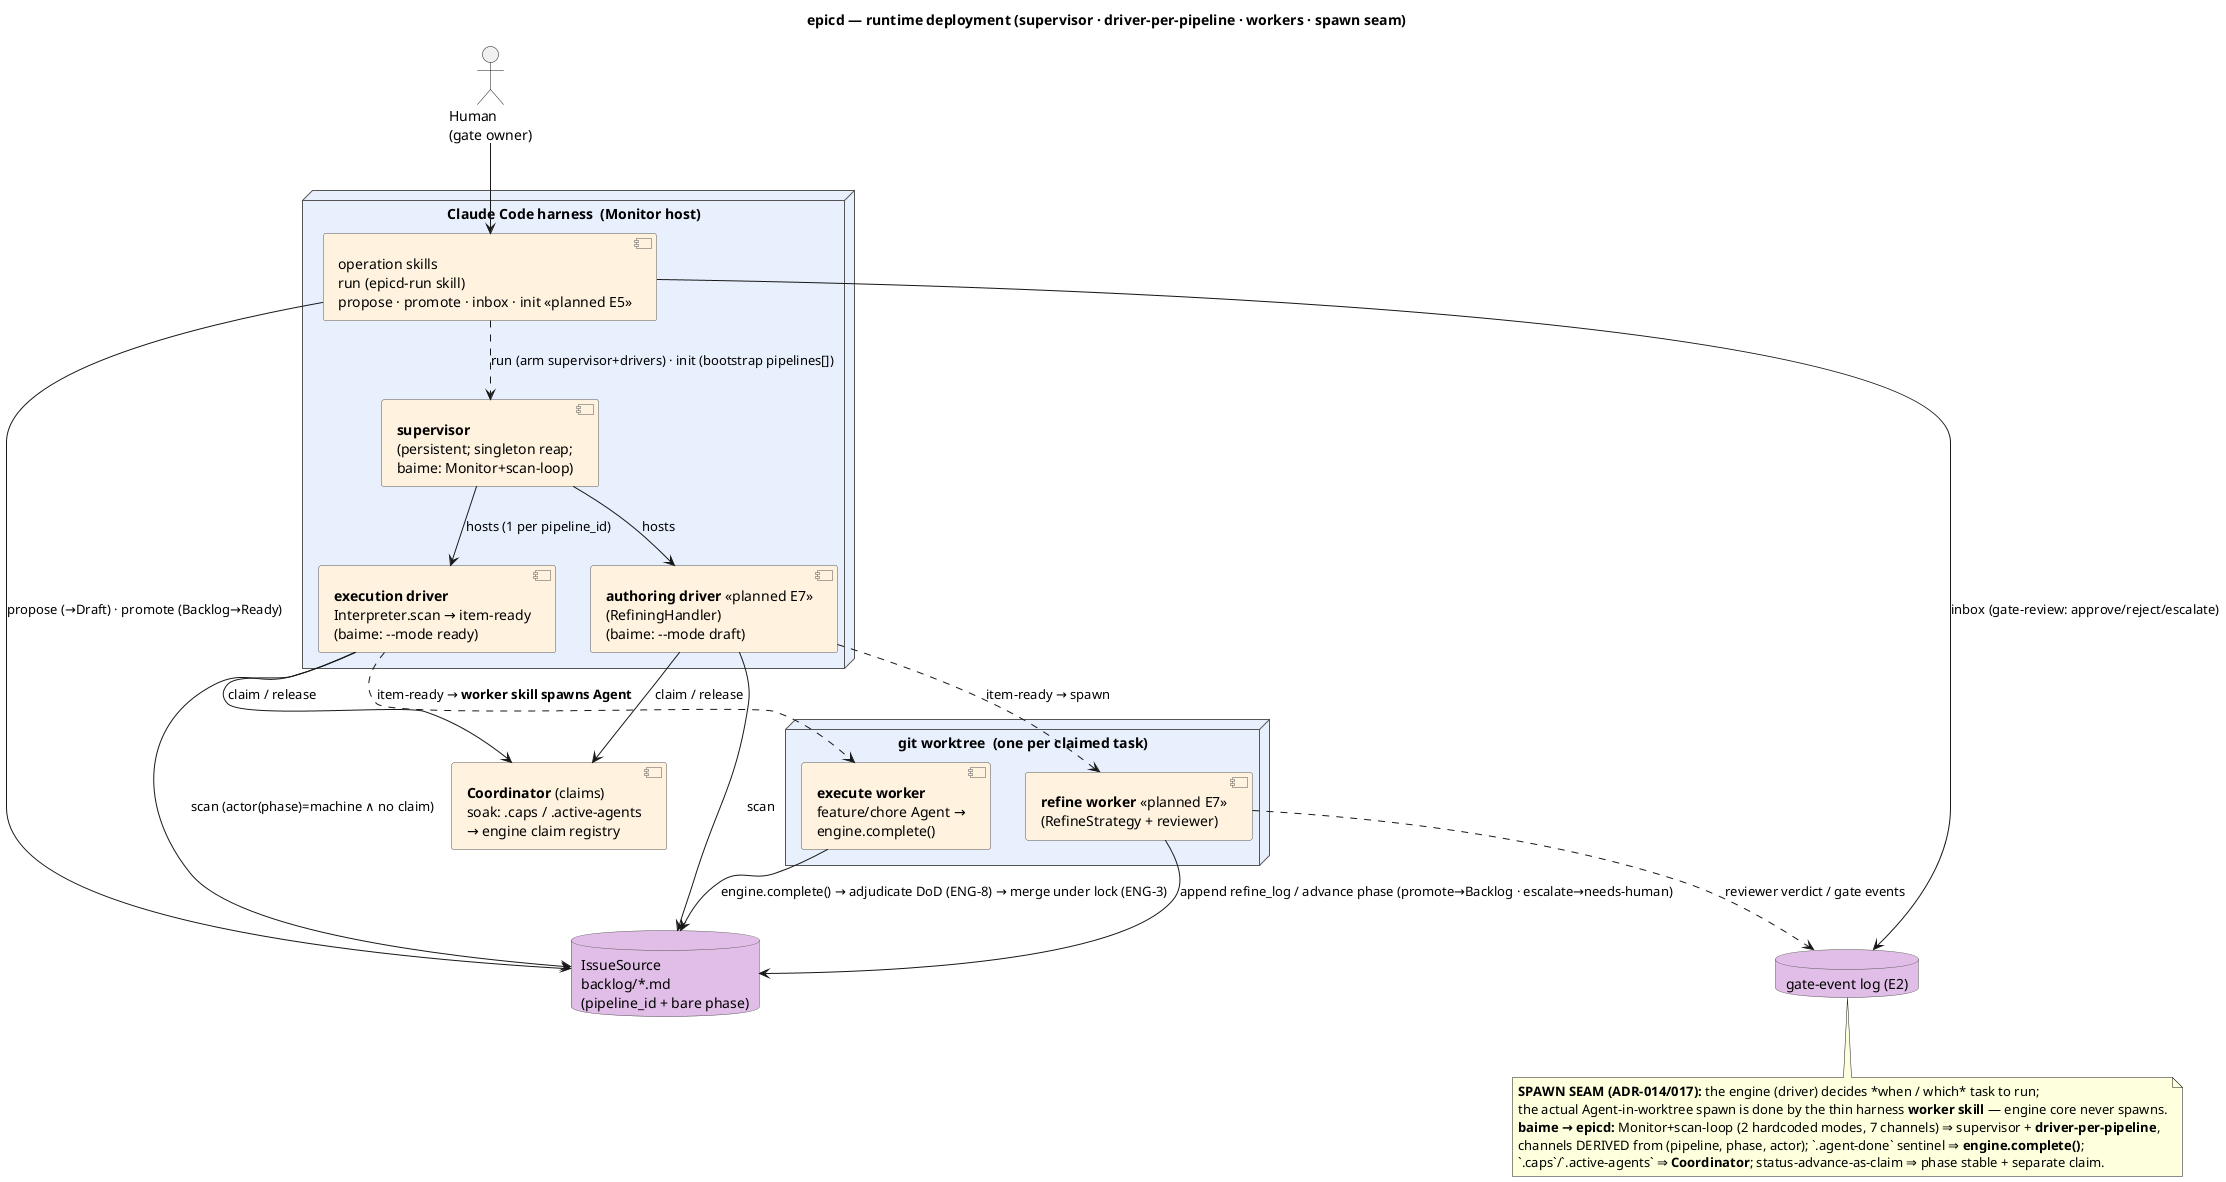
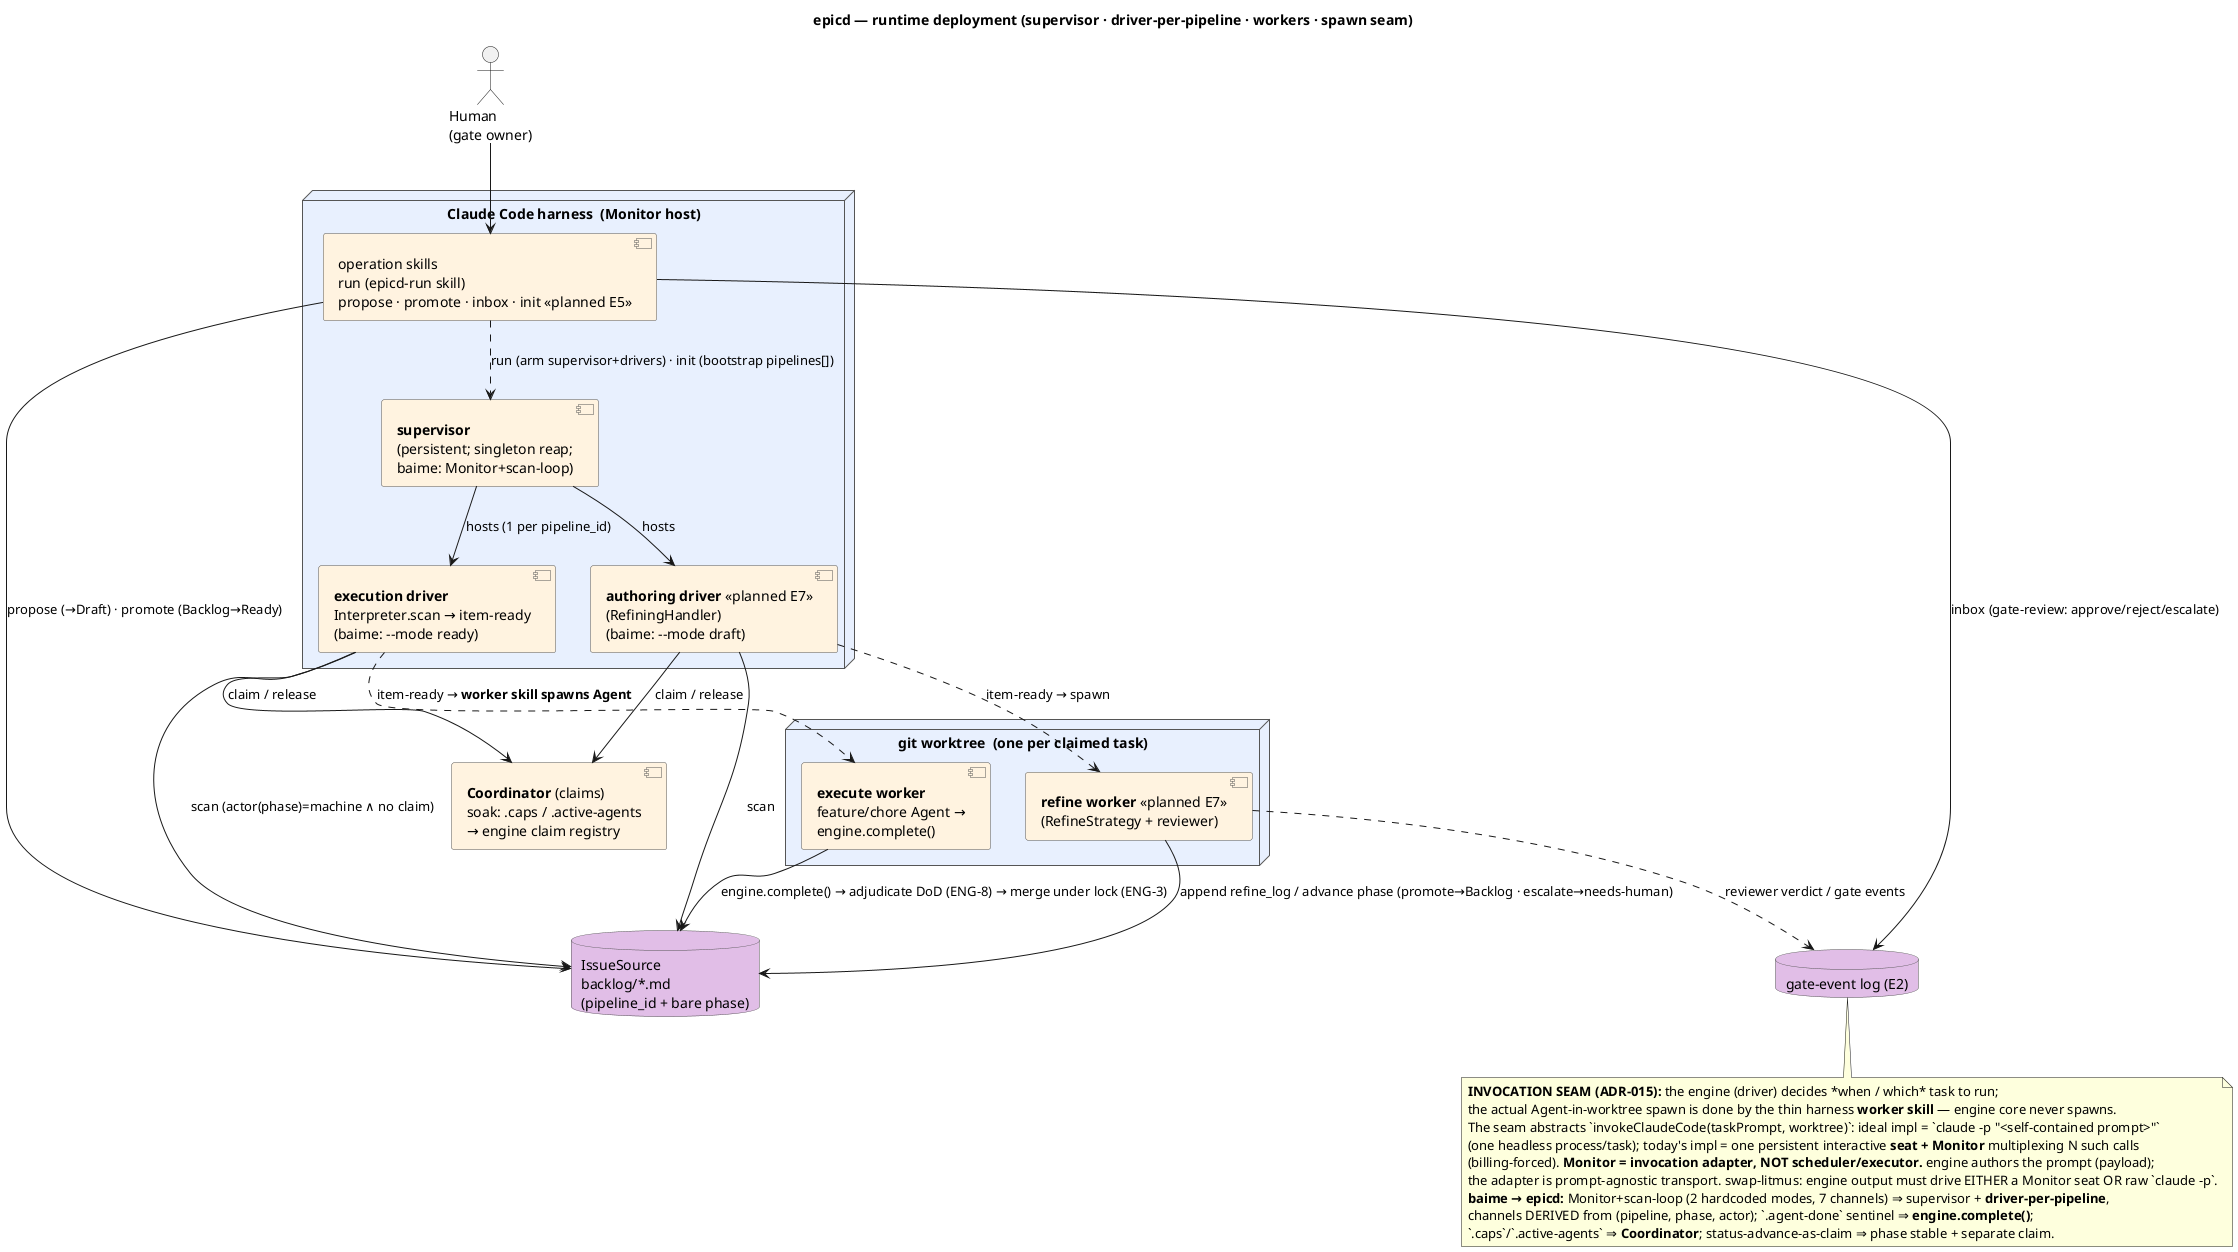
@startuml epicd-runtime-deployment
' epicd — RUNTIME deployment: supervisor · per-pipeline drivers · workers (the "monitor" side).
' Companion to the class diagrams (which stop at the interface layer). Shows how the
' Claude Code plugin (E5 skills) + engine run at runtime, and the baime→epicd correspondence.
' Grounded in: execution-class.puml, authoring-refine-class.puml, human-operations-activity.puml,
' and baime's scan-loop.js / Monitor / .caps / .active-agents (reference implementation).

skinparam backgroundColor #FFFFFF
skinparam shadowing false
skinparam node {
  BorderColor #555555
  BackgroundColor #E8F0FE
}
skinparam component {
  BorderColor #555555
  BackgroundColor #FFF3E0
}
skinparam database {
  BorderColor #555555
  BackgroundColor #E1BEE7
}

title epicd — runtime deployment (supervisor · driver-per-pipeline · workers · spawn seam)

actor "Human\n(gate owner)" as Human

node "Claude Code harness  (Monitor host)" as Harness {
  component "**supervisor**\n(persistent; singleton reap;\nbaime: Monitor+scan-loop)" as Sup
  component "**execution driver**\nInterpreter.scan → item-ready\n(baime: --mode ready)" as ExecD
  component "**authoring driver** <<planned E7>>\n(RefiningHandler)\n(baime: --mode draft)" as AuthD
  component "operation skills\nrun (epicd-run skill)\npropose · promote · inbox · init <<planned E5>>" as Ops
  Sup --> ExecD : hosts (1 per pipeline_id)
  Sup --> AuthD : hosts
}

node "git worktree  (one per claimed task)" as WT {
  component "**execute worker**\nfeature/chore Agent →\nengine.complete()" as ExecW
  component "**refine worker** <<planned E7>>\n(RefineStrategy + reviewer)" as RefW
}

database "IssueSource\nbacklog/*.md\n(pipeline_id + bare phase)" as Src
component "**Coordinator** (claims)\nsoak: .caps / .active-agents\n→ engine claim registry" as Coord
database "gate-event log (E2)" as GEL

' --- drivers: scan + dispatch + the SPAWN SEAM ---
ExecD --> Src : scan (actor(phase)=machine ∧ no claim)
AuthD --> Src : scan
ExecD ..> ExecW : item-ready → **worker skill spawns Agent**
AuthD ..> RefW  : item-ready → spawn
ExecD --> Coord : claim / release
AuthD --> Coord : claim / release

' --- worker completion (engine-owned tail; worker may NOT self-write done) ---
ExecW --> Src : engine.complete() → adjudicate DoD (ENG-8) → merge under lock (ENG-3)
RefW  --> Src : append refine_log / advance phase (promote→Backlog · escalate→needs-human)
RefW  ..> GEL : reviewer verdict / gate events

' --- human operations (act only on actor=human rows) ---
Human --> Ops
Ops --> Src : propose (→Draft) · promote (Backlog→Ready)
Ops --> GEL : inbox (gate-review: approve/reject/escalate)
Ops ..> Sup : run (arm supervisor+drivers) · init (bootstrap pipelines[])

note bottom
-   **SPAWN SEAM (ADR-014/017):** the engine (driver) decides *when / which* task to run;
+   **INVOCATION SEAM (ADR-015):** the engine (driver) decides *when / which* task to run;
  the actual Agent-in-worktree spawn is done by the thin harness **worker skill** — engine core never spawns.
+   The seam abstracts `invokeClaudeCode(taskPrompt, worktree)`: ideal impl = `claude -p "<self-contained prompt>"`
+   (one headless process/task); today's impl = one persistent interactive **seat + Monitor** multiplexing N such calls
+   (billing-forced). **Monitor = invocation adapter, NOT scheduler/executor.** engine authors the prompt (payload);
+   the adapter is prompt-agnostic transport. swap-litmus: engine output must drive EITHER a Monitor seat OR raw `claude -p`.
  **baime → epicd:** Monitor+scan-loop (2 hardcoded modes, 7 channels) ⇒ supervisor + **driver-per-pipeline**,
  channels DERIVED from (pipeline, phase, actor); `.agent-done` sentinel ⇒ **engine.complete()**;
  `.caps`/`.active-agents` ⇒ **Coordinator**; status-advance-as-claim ⇒ phase stable + separate claim.
end note
@enduml
